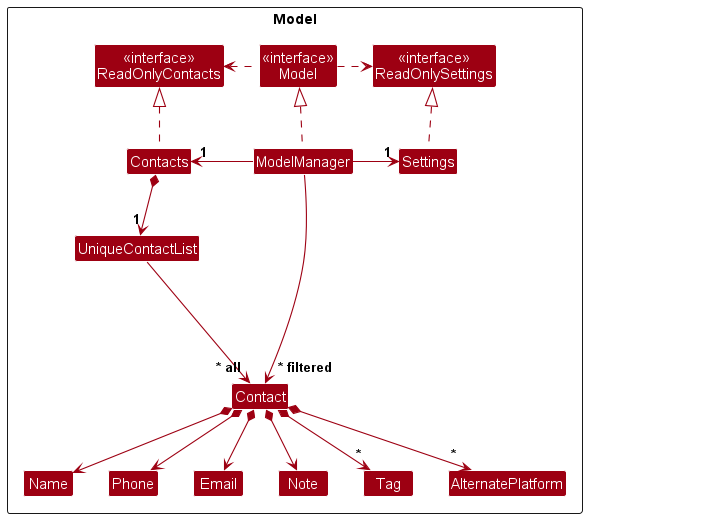
This is docs/images/ModelClassDiagram.png from nus-cs2103-AY2324S1/tp, a PlantUML export, as it was before one commit.
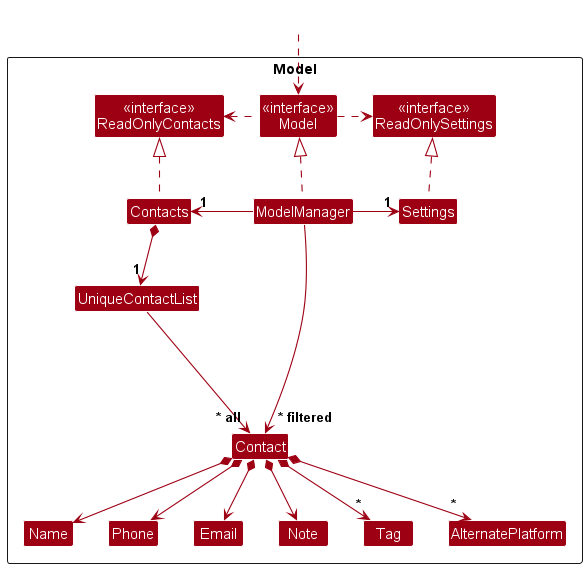
After the commit.

What changed in the source:
```diff
@@ -25,6 +25,7 @@
 }
 
 Class HiddenOutside #FFFFFF
+HiddenOutside ..> Model
 
 Contacts .up.|> ReadOnlyContacts
 
```
